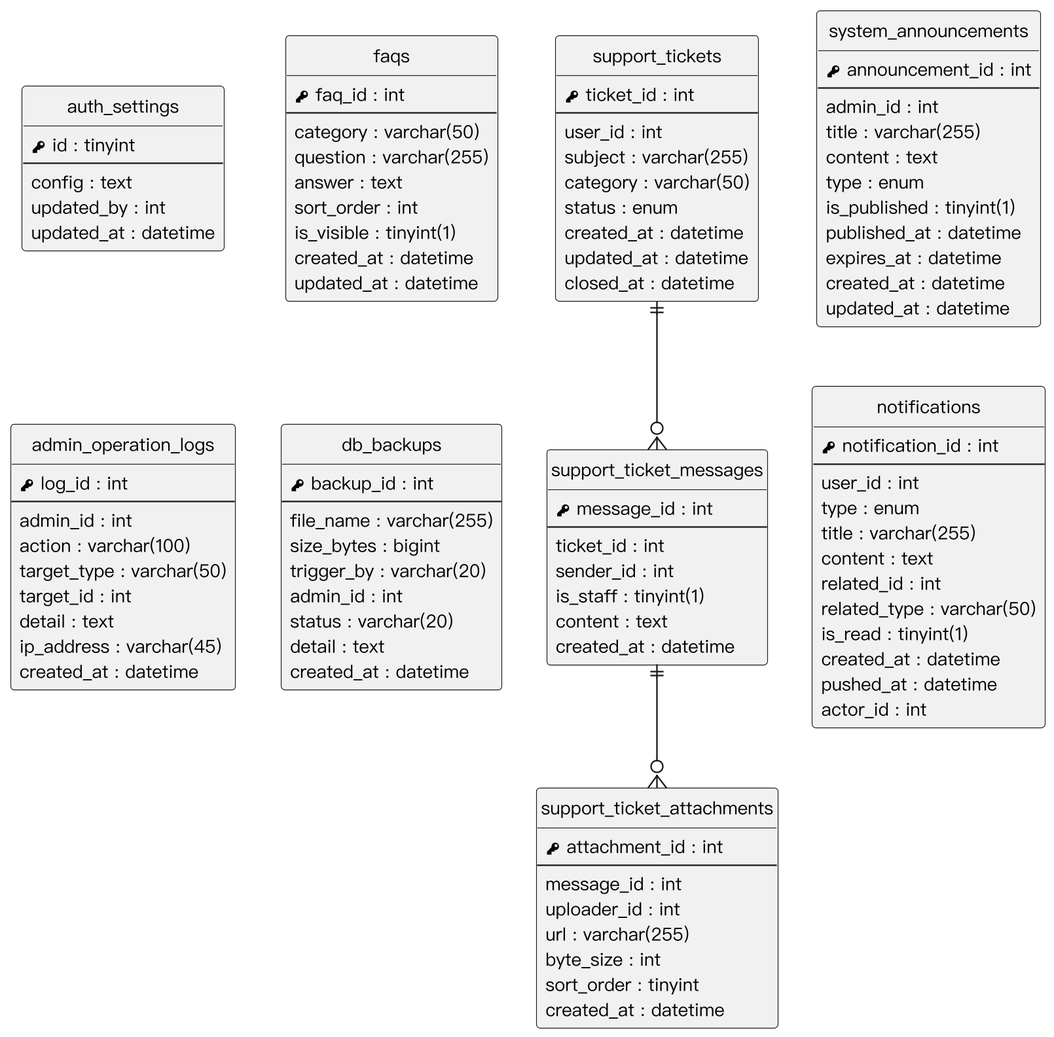
This is Diagrams/Relational Tables/v3/er_support_admin.png from SaveMyBook/SaveMyBook, a PlantUML export, as it was before one commit.
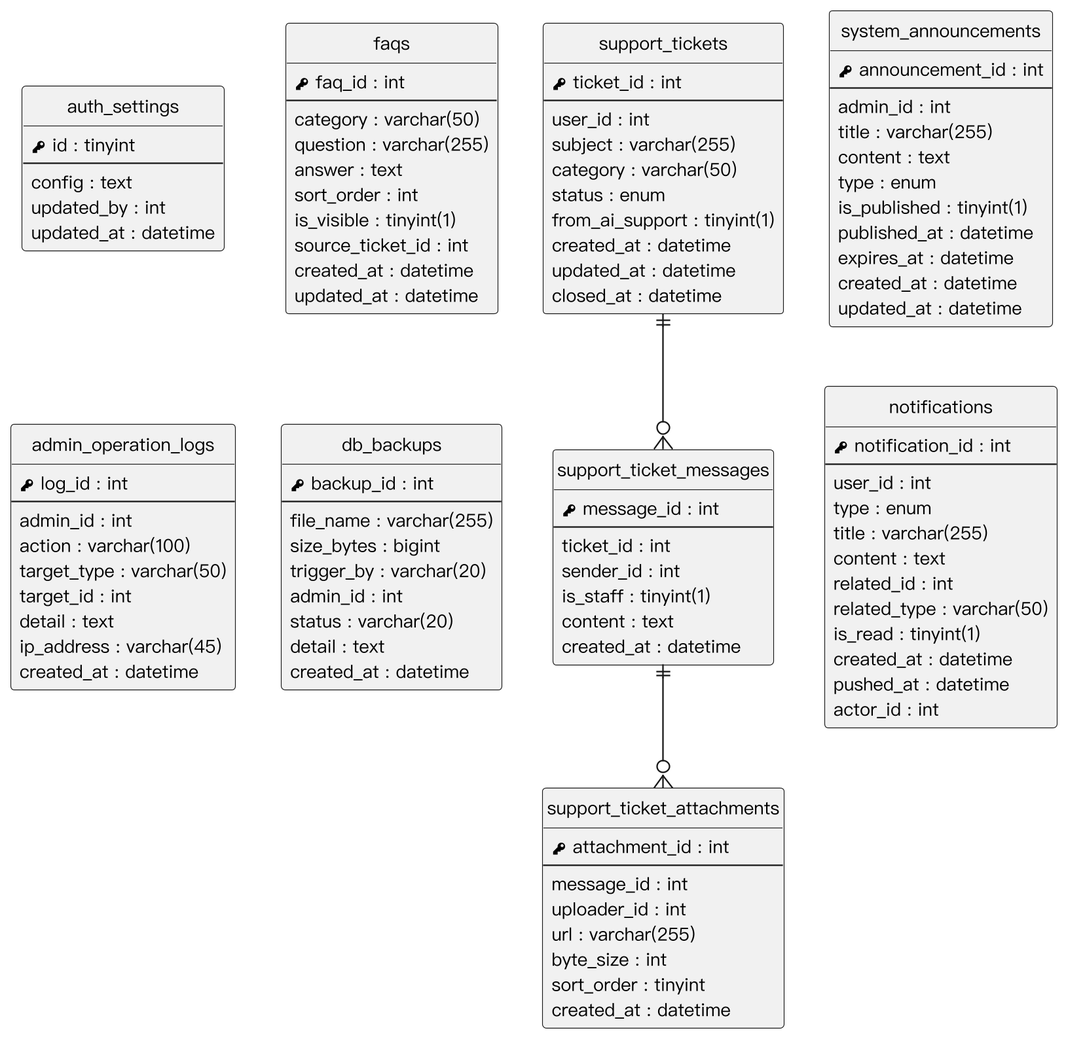
After the commit.

The edit, as a diff of the source:
```diff
@@ -25,6 +25,7 @@
   {field} answer : text
   {field} sort_order : int
   {field} is_visible : tinyint(1)
+  {field} source_ticket_id : int
   {field} created_at : datetime
   {field} updated_at : datetime
 }
@@ -35,6 +36,7 @@
   {field} subject : varchar(255)
   {field} category : varchar(50)
   {field} status : enum
+  {field} from_ai_support : tinyint(1)
   {field} created_at : datetime
   {field} updated_at : datetime
   {field} closed_at : datetime
```
